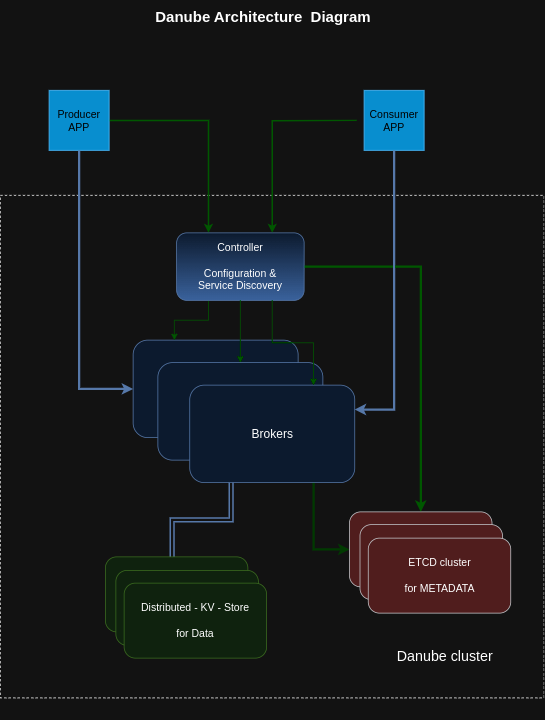
Above: docs/pictures/Danube_architecture.png in danrusei/danube (draw.io), before the change. Source tidied: cells renumbered, new cells last; positions are measured from the earlier drawing's top-left corner, leaving out a move shared by most shapes.
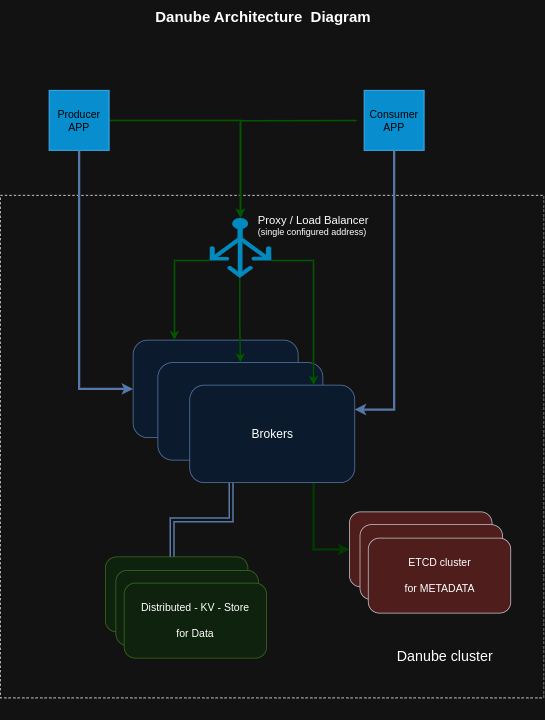
The same file after the commit.

Commit message:
create the dev architecture

Change to the diagram source:
```diff
@@ -8,13 +8,13 @@
     <mxCell id="3" value="Danube Architecture  Diagram" style="text;strokeColor=none;fillColor=none;align=left;verticalAlign=middle;fontSize=20;fontStyle=1;" parent="1" vertex="1">
       <mxGeometry x="205" width="180" height="40" as="geometry" />
     </mxCell>
-    <mxCell id="4" style="edgeStyle=orthogonalEdgeStyle;rounded=0;jettySize=auto;html=1;exitX=1;exitY=0.5;exitDx=0;exitDy=0;entryX=0.25;entryY=0;entryDx=0;entryDy=0;fillColor=#d5e8d4;strokeColor=#66FF66;strokeWidth=2;" parent="1" edge="1" source="5" target="10">
-      <mxGeometry relative="1" as="geometry" />
-    </mxCell>
+    <mxCell id="28" style="edgeStyle=orthogonalEdgeStyle;rounded=0;jettySize=auto;html=1;exitX=1;exitY=0.5;exitDx=0;exitDy=0;fillColor=#d5e8d4;strokeColor=#66FF66;strokeWidth=2;" parent="1" edge="1" source="5" target="29">
+      <mxGeometry relative="1" as="geometry" />
+    </mxCell>
     <mxCell id="5" value="Producer&lt;div style=&quot;font-size: 14px;&quot;&gt;APP&lt;/div&gt;" style="whiteSpace=wrap;html=1;align=center;fillColor=#1ba1e2;fontColor=#ffffff;strokeColor=#006EAF;fontSize=14;" parent="1" vertex="1">
       <mxGeometry x="65" y="120" width="80" height="80" as="geometry" />
     </mxCell>
-    <mxCell id="6" style="edgeStyle=orthogonalEdgeStyle;rounded=0;jettySize=auto;html=1;entryX=0.75;entryY=0;entryDx=0;entryDy=0;fillColor=#d5e8d4;strokeColor=#66FF66;strokeWidth=2;" parent="1" edge="1" target="10">
+    <mxCell id="6" style="edgeStyle=orthogonalEdgeStyle;rounded=0;jettySize=auto;html=1;entryX=0.5;entryY=0;entryDx=0;entryDy=0;fillColor=#d5e8d4;strokeColor=#66FF66;strokeWidth=2;entryPerimeter=0;" parent="1" edge="1" target="29">
       <mxGeometry relative="1" as="geometry">
         <mxPoint x="475" y="160" as="sourcePoint" />
       </mxGeometry>
@@ -22,15 +22,9 @@
     <mxCell id="7" value="&lt;div style=&quot;font-size: 14px;&quot;&gt;Consumer&lt;/div&gt;&lt;div style=&quot;font-size: 14px;&quot;&gt;APP&lt;/div&gt;" style="whiteSpace=wrap;html=1;align=center;fillColor=#1ba1e2;fontColor=#ffffff;strokeColor=#006EAF;fontSize=14;" parent="1" vertex="1">
       <mxGeometry x="485" y="120" width="80" height="80" as="geometry" />
     </mxCell>
-    <mxCell id="8" style="edgeStyle=orthogonalEdgeStyle;rounded=0;jettySize=auto;html=1;exitX=0.25;exitY=1;exitDx=0;exitDy=0;entryX=0.25;entryY=0;entryDx=0;entryDy=0;fillColor=#d5e8d4;strokeColor=#66FF66;" parent="1" edge="1" source="10" target="11">
+    <mxCell id="8" style="edgeStyle=orthogonalEdgeStyle;rounded=0;jettySize=auto;html=1;exitX=0;exitY=0.71;exitDx=0;exitDy=0;entryX=0.25;entryY=0;entryDx=0;entryDy=0;fillColor=#d5e8d4;strokeColor=#66FF66;exitPerimeter=0;strokeWidth=2;" parent="1" edge="1" source="29" target="11">
       <mxGeometry relative="1" as="geometry" />
     </mxCell>
-    <mxCell id="9" style="edgeStyle=orthogonalEdgeStyle;rounded=0;jettySize=auto;html=1;exitX=1;exitY=0.5;exitDx=0;exitDy=0;fillColor=#cdeb8b;strokeColor=#66FF66;strokeWidth=3;" parent="1" edge="1" source="10" target="21">
-      <mxGeometry relative="1" as="geometry" />
-    </mxCell>
-    <mxCell id="10" value="&lt;div style=&quot;font-size: 14px;&quot;&gt;&lt;font style=&quot;font-size: 14px;&quot;&gt;Controller&lt;/font&gt;&lt;/div&gt;&lt;div style=&quot;font-size: 14px;&quot;&gt;&lt;span style=&quot;background-color: initial;&quot;&gt;&lt;font style=&quot;font-size: 14px;&quot;&gt;&lt;br&gt;&lt;/font&gt;&lt;/span&gt;&lt;/div&gt;&lt;div style=&quot;font-size: 14px;&quot;&gt;&lt;span style=&quot;background-color: initial;&quot;&gt;&lt;font style=&quot;font-size: 14px;&quot;&gt;Configuration &amp;amp;&lt;/font&gt;&lt;/span&gt;&lt;/div&gt;&lt;div style=&quot;font-size: 14px;&quot;&gt;&lt;font style=&quot;font-size: 14px;&quot;&gt;Service Discovery&lt;/font&gt;&lt;/div&gt;" style="rounded=1;whiteSpace=wrap;html=1;fillColor=#dae8fc;strokeColor=#6c8ebf;gradientColor=#7ea6e0;" parent="1" vertex="1">
-      <mxGeometry x="235" y="310" width="170" height="90" as="geometry" />
-    </mxCell>
     <mxCell id="11" style="rounded=1;whiteSpace=wrap;html=1;fillColor=#dae8fc;strokeColor=#6c8ebf;" parent="1" vertex="1">
       <mxGeometry x="177" y="453" width="220" height="130" as="geometry" />
     </mxCell>
@@ -55,10 +49,10 @@
     <mxCell id="18" value="&lt;font style=&quot;font-size: 14px;&quot;&gt;Distributed - KV - Store&lt;/font&gt;&lt;div style=&quot;font-size: 14px;&quot;&gt;&lt;font style=&quot;font-size: 14px;&quot;&gt;&lt;br&gt;&lt;/font&gt;&lt;div style=&quot;&quot;&gt;&lt;font style=&quot;font-size: 14px;&quot;&gt;for Data&lt;/font&gt;&lt;/div&gt;&lt;/div&gt;" style="rounded=1;whiteSpace=wrap;html=1;fillColor=#d5e8d4;strokeColor=#82b366;" parent="1" vertex="1">
       <mxGeometry x="165" y="777" width="190" height="100" as="geometry" />
     </mxCell>
-    <mxCell id="19" style="edgeStyle=orthogonalEdgeStyle;rounded=0;jettySize=auto;html=1;exitX=0.75;exitY=1;exitDx=0;exitDy=0;entryX=0.75;entryY=0;entryDx=0;entryDy=0;fillColor=#d5e8d4;strokeColor=#66FF66;" parent="1" edge="1" source="10" target="15">
+    <mxCell id="19" style="edgeStyle=orthogonalEdgeStyle;rounded=0;jettySize=auto;html=1;exitX=1;exitY=0.71;exitDx=0;exitDy=0;entryX=0.75;entryY=0;entryDx=0;entryDy=0;fillColor=#d5e8d4;strokeColor=#66FF66;exitPerimeter=0;strokeWidth=2;" parent="1" edge="1" source="29" target="15">
       <mxGeometry relative="1" as="geometry" />
     </mxCell>
-    <mxCell id="20" style="edgeStyle=orthogonalEdgeStyle;rounded=0;jettySize=auto;html=1;exitX=0.5;exitY=1;exitDx=0;exitDy=0;fillColor=#d5e8d4;strokeColor=#66FF66;" parent="1" edge="1" source="10" target="12">
+    <mxCell id="20" style="edgeStyle=orthogonalEdgeStyle;rounded=0;jettySize=auto;html=1;exitX=0.49;exitY=1;exitDx=0;exitDy=0;fillColor=#d5e8d4;strokeColor=#66FF66;exitPerimeter=0;strokeWidth=2;" parent="1" edge="1" source="29" target="12">
       <mxGeometry relative="1" as="geometry" />
     </mxCell>
     <mxCell id="21" style="rounded=1;whiteSpace=wrap;html=1;fillColor=#ffcccc;strokeColor=#36393d;" parent="1" vertex="1">
@@ -85,5 +79,11 @@
     <mxCell id="27" style="edgeStyle=orthogonalEdgeStyle;rounded=0;jettySize=auto;html=1;exitX=0.5;exitY=1;exitDx=0;exitDy=0;entryX=1;entryY=0.25;entryDx=0;entryDy=0;fillColor=#dae8fc;strokeColor=#6c8ebf;strokeWidth=3;" parent="1" edge="1" source="7" target="15">
       <mxGeometry relative="1" as="geometry" />
     </mxCell>
+    <mxCell id="29" style="verticalLabelPosition=bottom;html=1;verticalAlign=top;align=center;strokeColor=none;fillColor=#00BEF2;shape=mxgraph.azure.load_balancer_generic;" parent="1" vertex="1">
+      <mxGeometry x="279" y="290" width="82" height="80" as="geometry" />
+    </mxCell>
+    <mxCell id="30" value="Proxy / Load Balancer&lt;div style=&quot;text-align: left; font-size: 12px;&quot;&gt;(single configured address)&lt;/div&gt;" style="text;html=1;align=center;verticalAlign=middle;whiteSpace=wrap;rounded=0;strokeWidth=1;fontSize=15;" parent="1" vertex="1">
+      <mxGeometry x="330" y="280" width="175" height="40" as="geometry" />
+    </mxCell>
   </root>
 </mxGraphModel>
```
